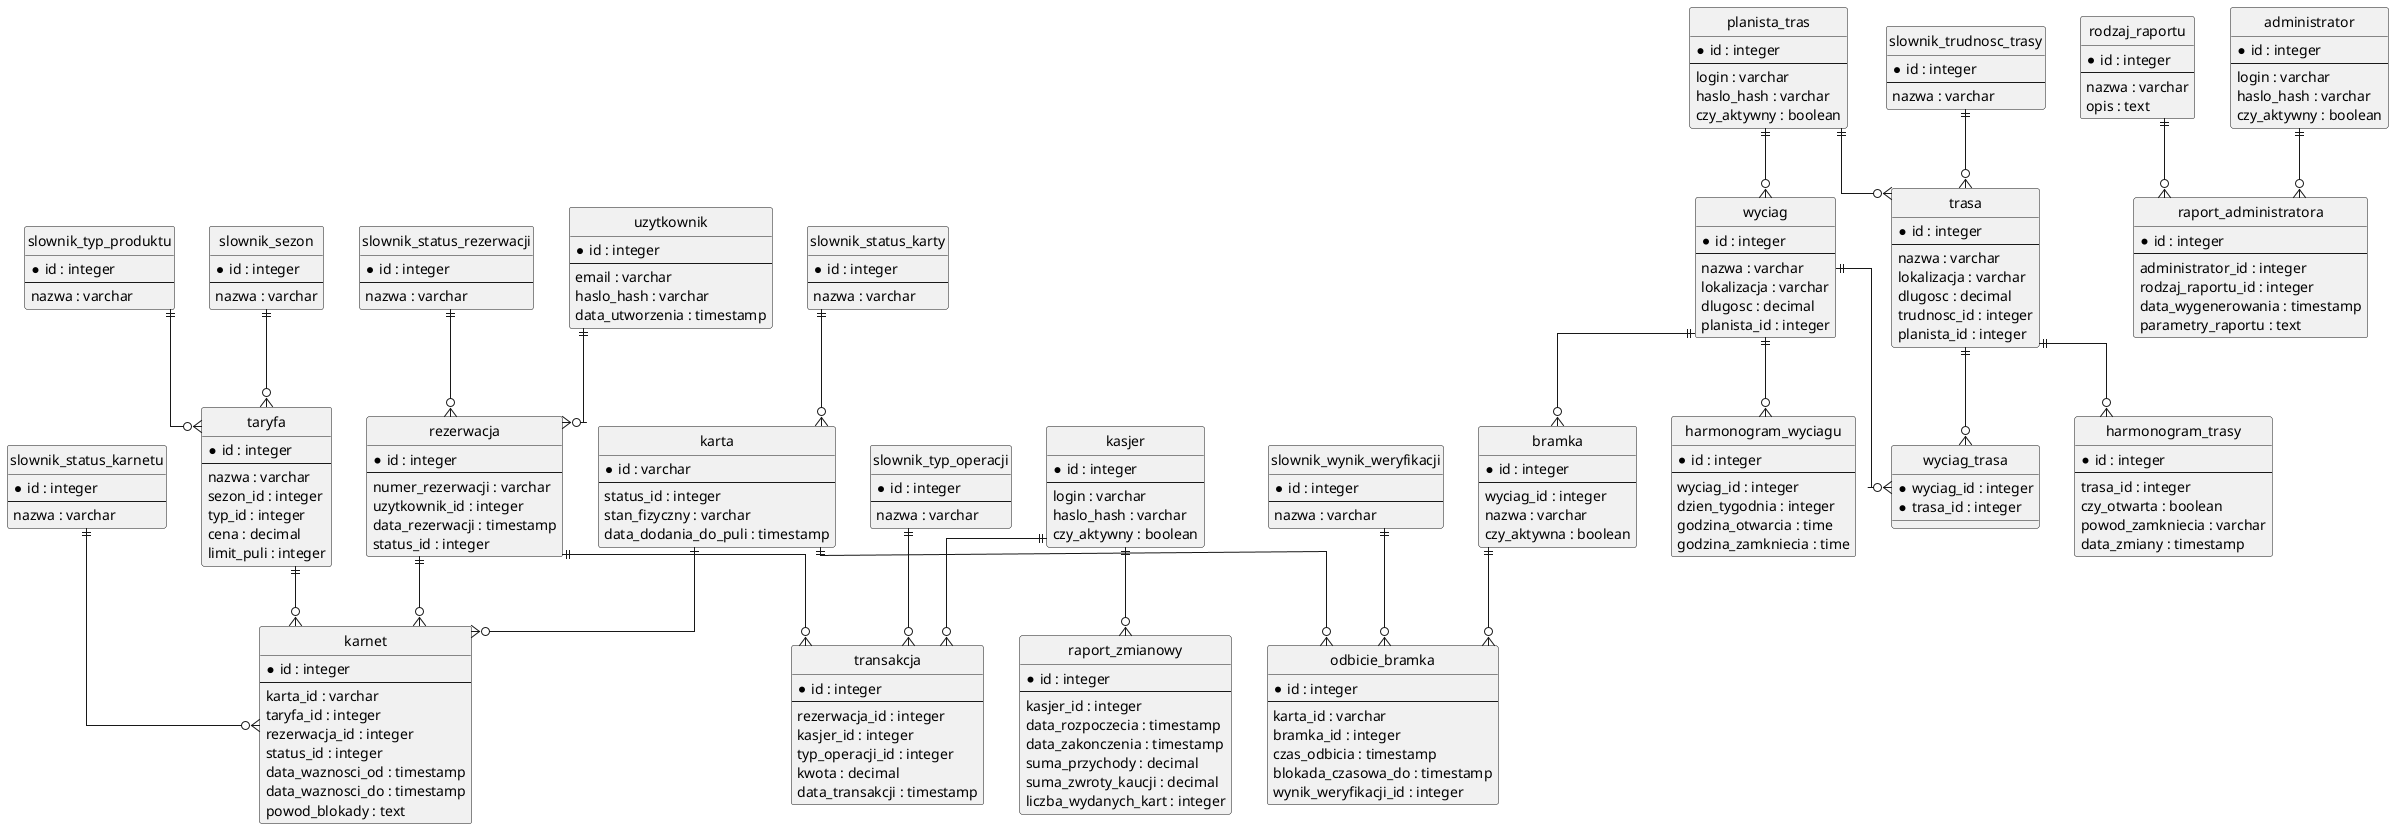
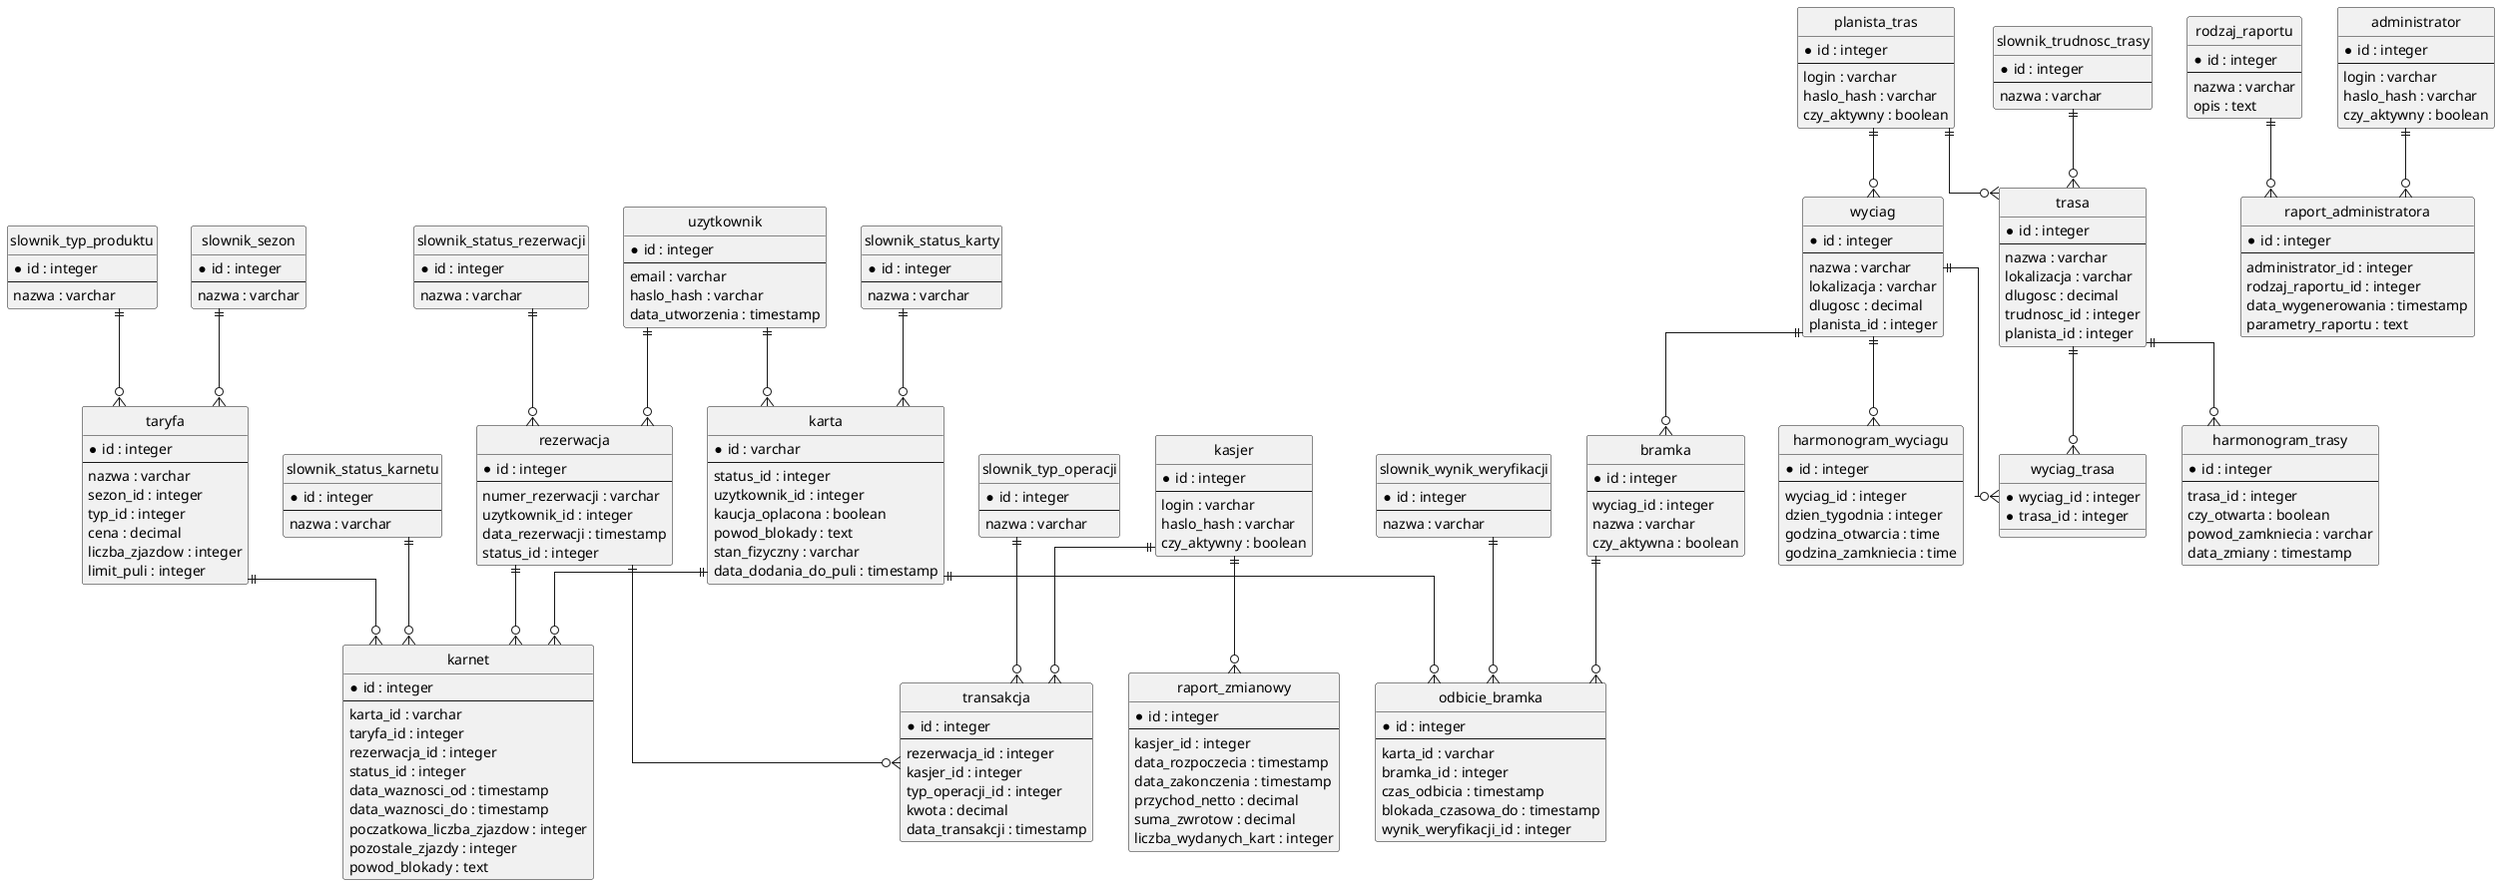
@startuml
' Konfiguruje wygląd diagramu.
hide circle
skinparam linetype ortho

' ==========================================
' SŁOWNIKI
' ==========================================

' Inicjalizuje tabelę dla statusów karty.
entity "slownik_status_karty" {
  * id : integer
  --
  nazwa : varchar
}

' Inicjalizuje tabelę dla statusów karnetu.
entity "slownik_status_karnetu" {
  * id : integer
  --
  nazwa : varchar
}

' Definiuje rodzaje uprawnień (np. bilet, karnet 1-dniowy, sezonowy).
entity "slownik_typ_produktu" {
  * id : integer
  --
  nazwa : varchar
}

' Inicjalizuje tabelę dla typów operacji.
entity "slownik_typ_operacji" {
  * id : integer
  --
  nazwa : varchar
}

' Inicjalizuje tabelę dla sezonów.
entity "slownik_sezon" {
  * id : integer
  --
  nazwa : varchar
}

' Inicjalizuje tabelę dla trudności tras.
entity "slownik_trudnosc_trasy" {
  * id : integer
  --
  nazwa : varchar
}

' Inicjalizuje tabelę dla statusów rezerwacji.
entity "slownik_status_rezerwacji" {
  * id : integer
  --
  nazwa : varchar
}

' Inicjalizuje tabelę dla wyników weryfikacji.
entity "slownik_wynik_weryfikacji" {
  * id : integer
  --
  nazwa : varchar
}

' Inicjalizuje tabelę dla rodzajów raportów.
entity "rodzaj_raportu" {
  * id : integer
  --
  nazwa : varchar
  opis : text
}


' ==========================================
' UŻYTKOWNICY I PRACOWNICY
' ==========================================

' Generuje tabelę dla klientów systemu.
entity "uzytkownik" {
  * id : integer
  --
  email : varchar
  haslo_hash : varchar
  data_utworzenia : timestamp
}

' Generuje tabelę dla personelu kasowego.
entity "kasjer" {
  * id : integer
  --
  login : varchar
  haslo_hash : varchar
  czy_aktywny : boolean
}

' Generuje tabelę dla personelu administracyjnego.
entity "administrator" {
  * id : integer
  --
  login : varchar
  haslo_hash : varchar
  czy_aktywny : boolean
}

' Generuje tabelę dla zarządców infrastruktury.
entity "planista_tras" {
  * id : integer
  --
  login : varchar
  haslo_hash : varchar
  czy_aktywny : boolean
}


' ==========================================
' INFRASTRUKTURA
' ==========================================

' Tworzy definicję wyciągów.
entity "wyciag" {
  * id : integer
  --
  nazwa : varchar
  lokalizacja : varchar
  dlugosc : decimal
  planista_id : integer
}

' Tworzy definicję tras.
entity "trasa" {
  * id : integer
  --
  nazwa : varchar
  lokalizacja : varchar
  dlugosc : decimal
  trudnosc_id : integer
  planista_id : integer
}

' Tworzy tabelę łącznikową dla wyciągów i tras.
entity "wyciag_trasa" {
  * wyciag_id : integer
  * trasa_id : integer
}

' Tworzy ramy czasowe działania wyciągów.
entity "harmonogram_wyciagu" {
  * id : integer
  --
  wyciag_id : integer
  dzien_tygodnia : integer
  godzina_otwarcia : time
  godzina_zamkniecia : time
}

' Zapisuje aktualny stan otwarcia trasy.
entity "harmonogram_trasy" {
  * id : integer
  --
  trasa_id : integer
  czy_otwarta : boolean
  powod_zamkniecia : varchar
  data_zmiany : timestamp
}


' ==========================================
' KARTY I KARNETY
' ==========================================

' Ewidencjonuje fizyczne układy.
entity "karta" {
  * id : varchar
  --
  status_id : integer
+   uzytkownik_id : integer
+   kaucja_oplacona : boolean
+   powod_blokady : text
  stan_fizyczny : varchar
  data_dodania_do_puli : timestamp
}

' Parametryzuje wartości usług i ich typy.
entity "taryfa" {
  * id : integer
  --
  nazwa : varchar
  sezon_id : integer
  typ_id : integer
  cena : decimal
+   liczba_zjazdow : integer
  limit_puli : integer
}

' Wiąże nabywcę z usługą i kartą.
entity "karnet" {
  * id : integer
  --
  karta_id : varchar
  taryfa_id : integer
  rezerwacja_id : integer
  status_id : integer
  data_waznosci_od : timestamp
  data_waznosci_do : timestamp
+   poczatkowa_liczba_zjazdow : integer
+   pozostale_zjazdy : integer
  powod_blokady : text
}


' ==========================================
' REZERWACJE I TRANSAKCJE
' ==========================================

' Zapisuje dyspozycje zamówień.
entity "rezerwacja" {
  * id : integer
  --
  numer_rezerwacji : varchar
  uzytkownik_id : integer
  data_rezerwacji : timestamp
  status_id : integer
}

' Odnotowuje przepływy finansowe.
entity "transakcja" {
  * id : integer
  --
  rezerwacja_id : integer
  kasjer_id : integer
  typ_operacji_id : integer
  kwota : decimal
  data_transakcji : timestamp
}


' ==========================================
' BRAMKI I KONTROLA DOSTĘPU
' ==========================================

' Rozmieszcza urządzenia na wyciągach.
entity "bramka" {
  * id : integer
  --
  wyciag_id : integer
  nazwa : varchar
  czy_aktywna : boolean
}

' Zapisuje autoryzacje przejść.
entity "odbicie_bramka" {
  * id : integer
  --
  karta_id : varchar
  bramka_id : integer
  czas_odbicia : timestamp
  blokada_czasowa_do : timestamp
  wynik_weryfikacji_id : integer
}


' ==========================================
' RAPORTOWANIE
' ==========================================

' Oblicza sumy dla rozliczeń kasjerskich.
entity "raport_zmianowy" {
  * id : integer
  --
  kasjer_id : integer
  data_rozpoczecia : timestamp
  data_zakonczenia : timestamp
-   suma_przychody : decimal
-   suma_zwroty_kaucji : decimal
+   przychod_netto : decimal
+   suma_zwrotow : decimal
  liczba_wydanych_kart : integer
}

' Generuje analitykę zarządczą.
entity "raport_administratora" {
  * id : integer
  --
  administrator_id : integer
  rodzaj_raportu_id : integer
  data_wygenerowania : timestamp
  parametry_raportu : text
}


' ==========================================
' RELACJE
' ==========================================

' Wiąże słowniki z głównymi tabelami.
slownik_status_karty ||--o{ karta
slownik_sezon ||--o{ taryfa
slownik_typ_produktu ||--o{ taryfa
slownik_status_rezerwacji ||--o{ rezerwacja
slownik_typ_operacji ||--o{ transakcja
slownik_status_karnetu ||--o{ karnet
slownik_trudnosc_trasy ||--o{ trasa
slownik_wynik_weryfikacji ||--o{ odbicie_bramka

' Buduje powiązania logiki sprzedażowej.
uzytkownik ||--o{ rezerwacja
+ uzytkownik ||--o{ karta
rezerwacja ||--o{ transakcja
kasjer ||--o{ transakcja
karta ||--o{ karnet
taryfa ||--o{ karnet
rezerwacja ||--o{ karnet
kasjer ||--o{ raport_zmianowy

' Ustanawia zależności w architekturze ośrodka.
planista_tras ||--o{ trasa
planista_tras ||--o{ wyciag
wyciag ||--o{ wyciag_trasa
trasa ||--o{ wyciag_trasa
wyciag ||--o{ harmonogram_wyciagu
trasa ||--o{ harmonogram_trasy
wyciag ||--o{ bramka

' Organizuje kontrolę dostępu.
karta ||--o{ odbicie_bramka
bramka ||--o{ odbicie_bramka

' Podpina struktury analityczne.
administrator ||--o{ raport_administratora
rodzaj_raportu ||--o{ raport_administratora

- @enduml+ @enduml
